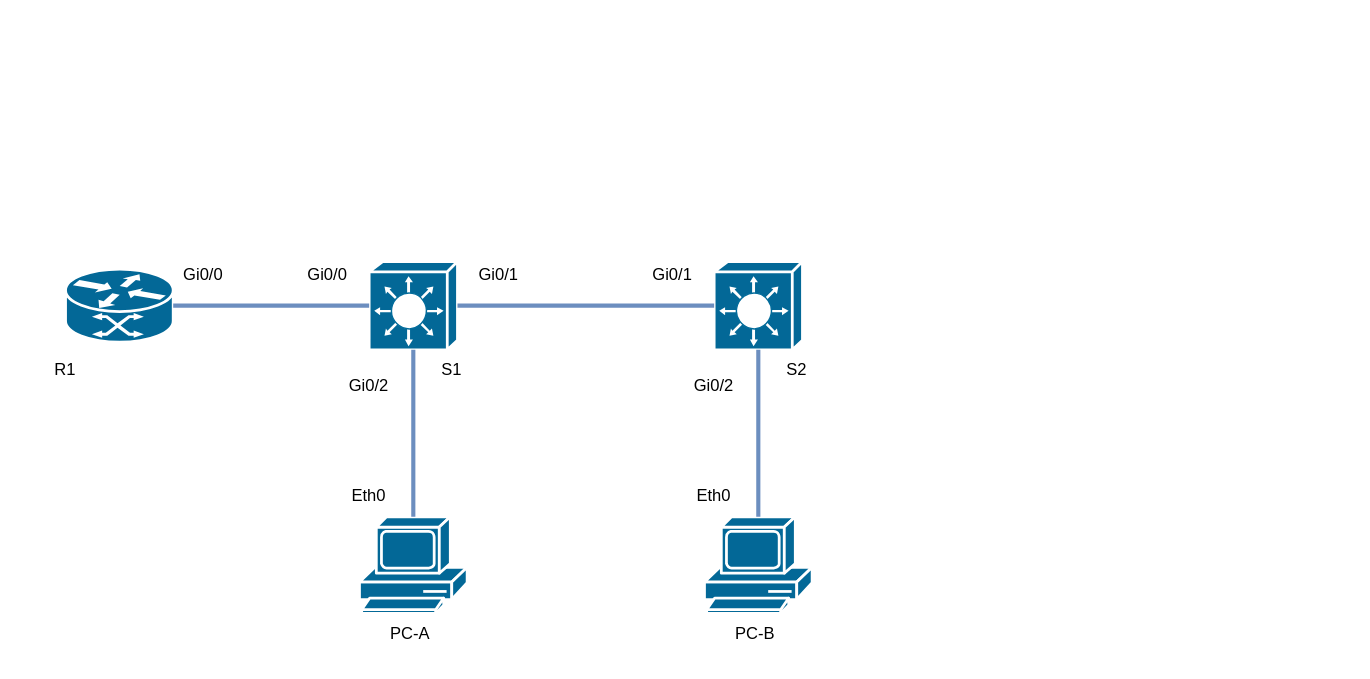
fueller-max/drawio keeps this draw.io diagram as page "Principal Connection" (1 of 2) of lab1.drawio. Above is the earlier version. Source tidied: cells renumbered, new cells numbered last; positions are measured from the earlier drawing's top-left corner, leaving out a move shared by most shapes. Both pictures are drawn from the tidied source at 138%, with x=0, y=0 at pixel (23, 254).
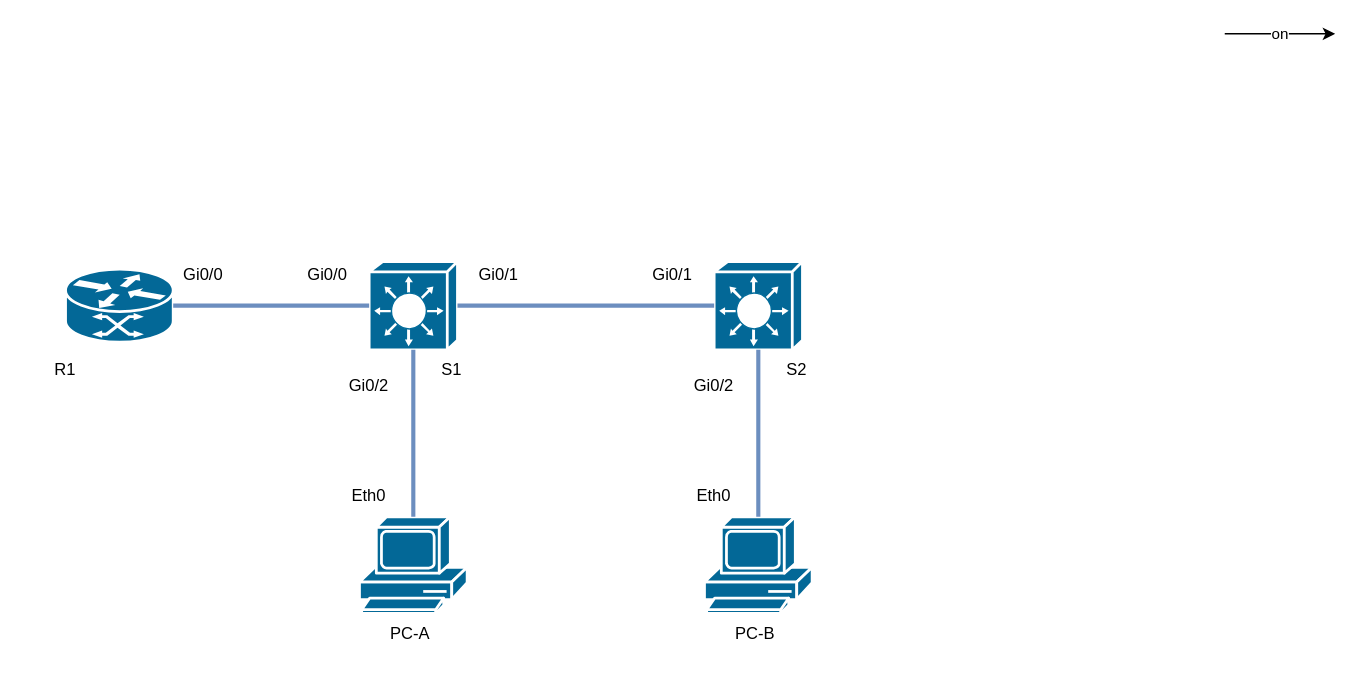
After the change.

What changed in the source:
```diff
@@
+    <mxCell id="24" value="on" style="edgeStyle=none;orthogonalLoop=1;jettySize=auto;html=1;rounded=0;" parent="1" edge="1">
+      <mxGeometry relative="1" as="geometry">
+        <mxPoint x="870" y="-160" as="sourcePoint" />
+        <mxPoint x="950" y="-160" as="targetPoint" />
+      </mxGeometry>
+    </mxCell>
```
